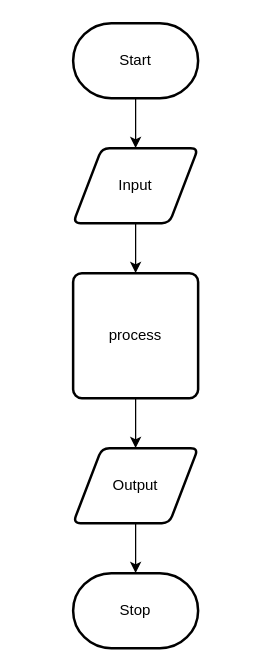
Claire-Bedrossian/ICS20-03-04-JS keeps this draw.io diagram as design/flow-chart.drawio. Above is the earlier version. Source tidied: cells renumbered, new cells numbered last; positions are measured from the earlier drawing's top-left corner, leaving out a move shared by most shapes. Both pictures are drawn from the tidied source at 125%, with x=0, y=0 at pixel (72, 22).
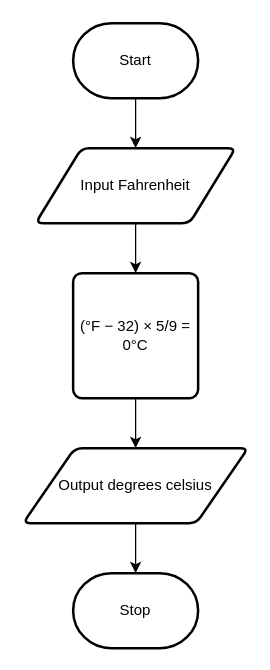
The same diagram, later.

Diff of the diagram source:
```diff
@@
 <mxGraphModel>
   <root>
     <mxCell id="0" />
     <mxCell id="1" parent="0" />
     <mxCell id="2" style="edgeStyle=none;html=1;" parent="1" edge="1" source="3" target="5">
       <mxGeometry relative="1" as="geometry" />
     </mxCell>
     <mxCell id="3" value="Start" style="strokeWidth=2;html=1;shape=mxgraph.flowchart.terminator;whiteSpace=wrap;" parent="1" vertex="1">
       <mxGeometry width="100" height="60" as="geometry" />
     </mxCell>
     <mxCell id="4" style="edgeStyle=none;html=1;" parent="1" edge="1" source="5" target="7">
       <mxGeometry relative="1" as="geometry" />
     </mxCell>
-    <mxCell id="5" value="Input" style="shape=parallelogram;html=1;strokeWidth=2;perimeter=parallelogramPerimeter;whiteSpace=wrap;rounded=1;arcSize=12;size=0.23;" parent="1" vertex="1">
-      <mxGeometry y="100" width="100" height="60" as="geometry" />
+    <mxCell id="5" value="Input Fahrenheit" style="shape=parallelogram;html=1;strokeWidth=2;perimeter=parallelogramPerimeter;whiteSpace=wrap;rounded=1;arcSize=12;size=0.23;" parent="1" vertex="1">
+      <mxGeometry x="-30" y="100" width="160" height="60" as="geometry" />
     </mxCell>
     <mxCell id="6" style="edgeStyle=none;html=1;" parent="1" edge="1" source="7" target="9">
       <mxGeometry relative="1" as="geometry" />
     </mxCell>
-    <mxCell id="7" value="process" style="rounded=1;whiteSpace=wrap;html=1;absoluteArcSize=1;arcSize=14;strokeWidth=2;" parent="1" vertex="1">
+    <mxCell id="7" value="(°F − 32) × 5/9 = 0°C" style="rounded=1;whiteSpace=wrap;html=1;absoluteArcSize=1;arcSize=14;strokeWidth=2;" parent="1" vertex="1">
       <mxGeometry y="200" width="100" height="100" as="geometry" />
     </mxCell>
     <mxCell id="8" style="edgeStyle=none;html=1;" parent="1" edge="1" source="9" target="10">
       <mxGeometry relative="1" as="geometry" />
     </mxCell>
-    <mxCell id="9" value="Output" style="shape=parallelogram;html=1;strokeWidth=2;perimeter=parallelogramPerimeter;whiteSpace=wrap;rounded=1;arcSize=12;size=0.23;" parent="1" vertex="1">
-      <mxGeometry y="340" width="100" height="60" as="geometry" />
+    <mxCell id="9" value="Output degrees celsius" style="shape=parallelogram;html=1;strokeWidth=2;perimeter=parallelogramPerimeter;whiteSpace=wrap;rounded=1;arcSize=12;size=0.23;" parent="1" vertex="1">
+      <mxGeometry x="-40" y="340" width="180" height="60" as="geometry" />
     </mxCell>
     <mxCell id="10" value="Stop" style="strokeWidth=2;html=1;shape=mxgraph.flowchart.terminator;whiteSpace=wrap;" parent="1" vertex="1">
       <mxGeometry y="440" width="100" height="60" as="geometry" />
     </mxCell>
   </root>
 </mxGraphModel>
```
